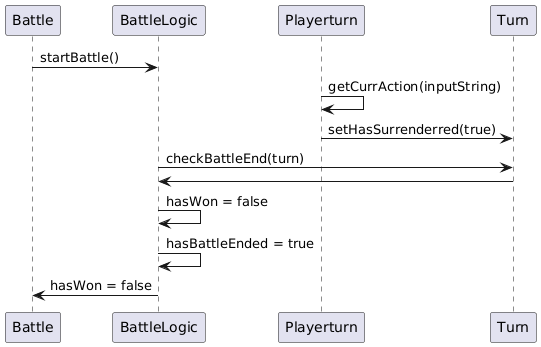
zavsky/tp keeps this PlantUML diagram as docs/uml_image/fleeSequence.png. Above is the earlier version.
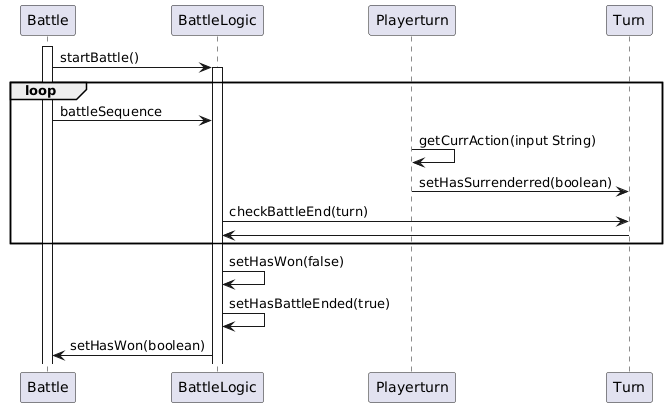
The same file after the commit.

Commit message:
update uml diagram

What changed in the source:
```diff
@@ -3,12 +3,17 @@
 participant BattleLogic order 5
 participant Playerturn order 6
 participant Turn order 7
+activate Battle
 Battle -> BattleLogic : startBattle()
-Playerturn -> Playerturn : getCurrAction(inputString)
-Playerturn -> Turn : setHasSurrenderred(true)
+activate BattleLogic
+loop
+Battle -> BattleLogic : battleSequence
+Playerturn -> Playerturn : getCurrAction(input String)
+Playerturn -> Turn : setHasSurrenderred(boolean)
 BattleLogic -> Turn : checkBattleEnd(turn)
 Turn -> BattleLogic
-BattleLogic -> BattleLogic : hasWon = false
-BattleLogic -> BattleLogic : hasBattleEnded = true
-BattleLogic -> Battle : hasWon = false
+end
+BattleLogic -> BattleLogic : setHasWon(false)
+BattleLogic -> BattleLogic : setHasBattleEnded(true)
+BattleLogic -> Battle : setHasWon(boolean)
 @enduml
```
